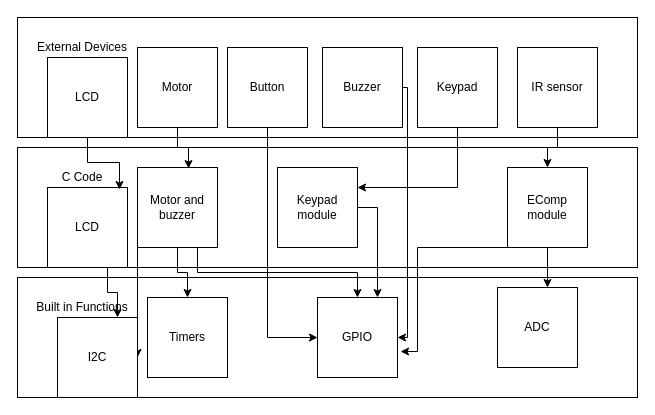
Earlier version of the draw.io diagram page "SoftwareArchitecture" (2 of 4) of docs/planning/FinalProjectCharts.drawio (msu-eele-465/final-project-ecallery888). Source tidied: cells renumbered, new cells numbered last; positions are measured from the earlier drawing's top-left corner, leaving out a move shared by most shapes. Both pictures are drawn from the tidied source at 100%, with x=0, y=0 at pixel (17, 17).
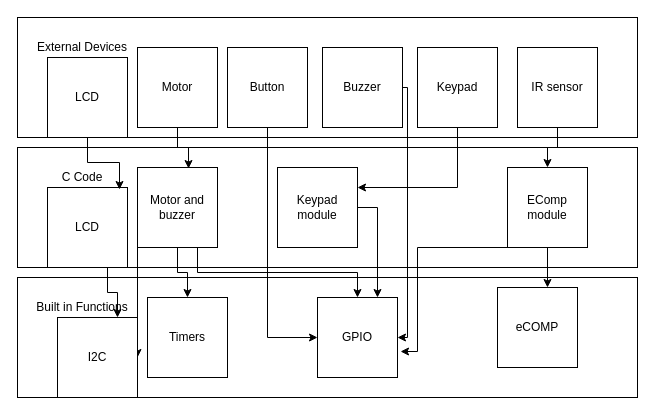
The same diagram, later.

The edit, as a diff of the source:
```diff
@@
-    <mxCell id="31" value="ADC" style="whiteSpace=wrap;html=1;" parent="1" vertex="1">
+    <mxCell id="31" value="eCOMP" style="whiteSpace=wrap;html=1;" parent="1" vertex="1">
       <mxGeometry x="480" y="270" width="80" height="80" as="geometry" />
     </mxCell>
```
